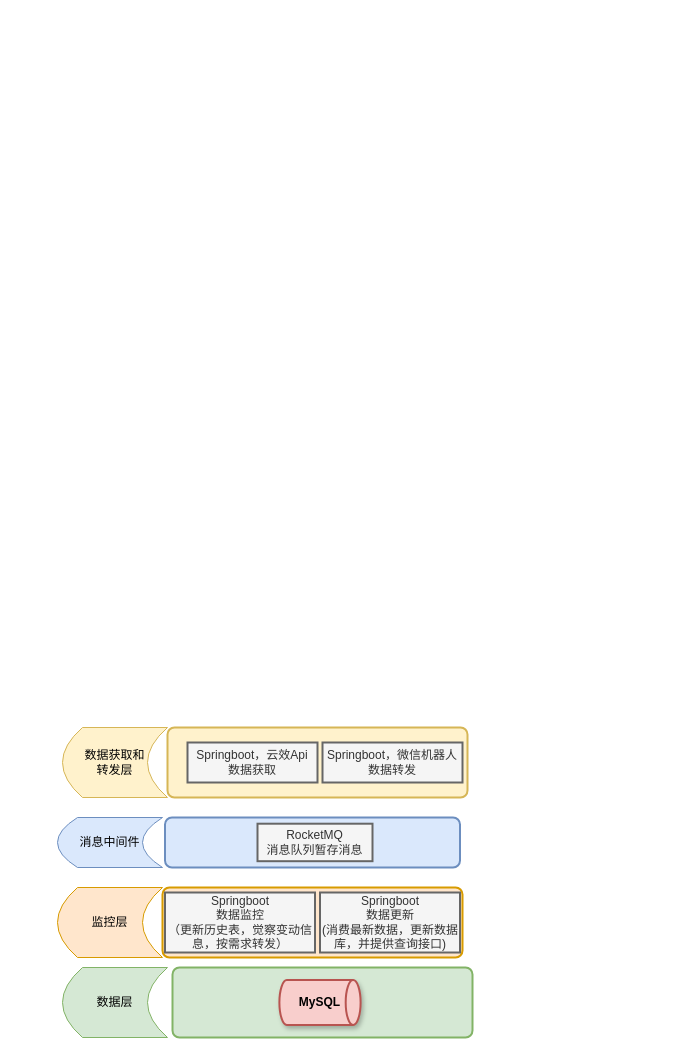
The draw.io diagram Untitled Diagram.drawio in hqius/draw, before the edit. Source tidied: cells renumbered, new cells numbered last; positions are measured from the earlier drawing's top-left corner, leaving out a move shared by most shapes. Both pictures are drawn from the tidied source at 100%, with x=0, y=0 at pixel (57, 727).
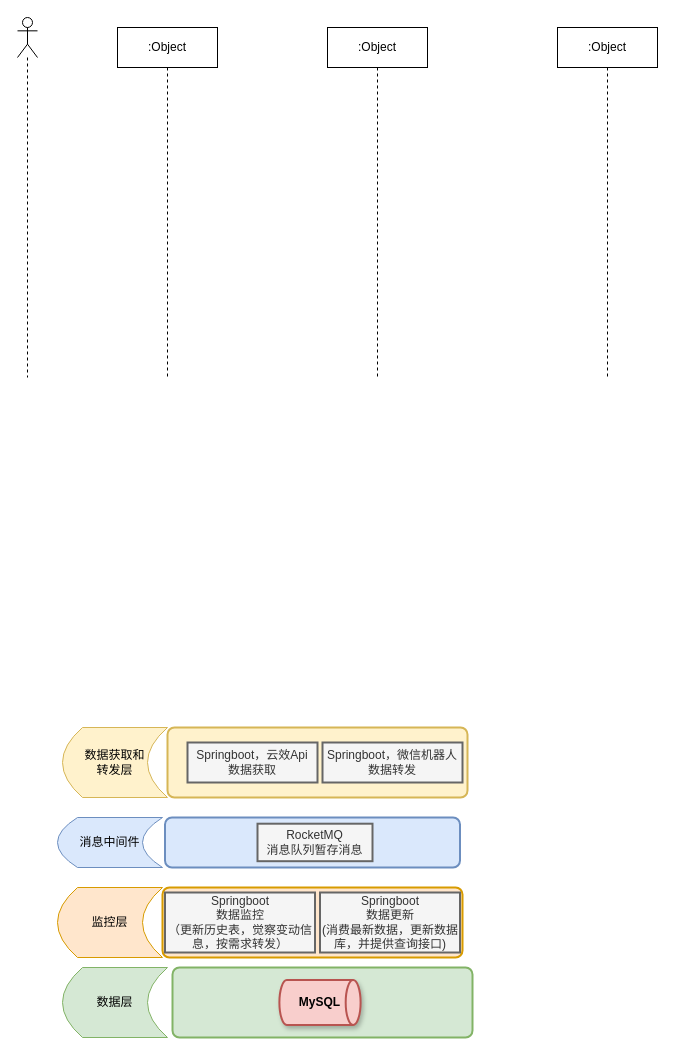
After the change.

Diff of the diagram source:
```diff
@@
+    <mxCell id="17" style="shape=umlLifeline;participant=umlActor;perimeter=lifelinePerimeter;whiteSpace=wrap;html=1;verticalAlign=top;spacingTop=36;" parent="1" vertex="1">
+      <mxGeometry x="-40" y="-710" width="20" height="360" as="geometry" />
+    </mxCell>
+    <mxCell id="18" value=":Object" style="shape=umlLifeline;perimeter=lifelinePerimeter;whiteSpace=wrap;html=1;" parent="1" vertex="1">
+      <mxGeometry x="60" y="-700" width="100" height="350" as="geometry" />
+    </mxCell>
+    <mxCell id="19" value=":Object" style="shape=umlLifeline;perimeter=lifelinePerimeter;whiteSpace=wrap;html=1;" parent="1" vertex="1">
+      <mxGeometry x="270" y="-700" width="100" height="350" as="geometry" />
+    </mxCell>
+    <mxCell id="20" value=":Object" style="shape=umlLifeline;perimeter=lifelinePerimeter;whiteSpace=wrap;html=1;" parent="1" vertex="1">
+      <mxGeometry x="500" y="-700" width="100" height="350" as="geometry" />
+    </mxCell>
```
